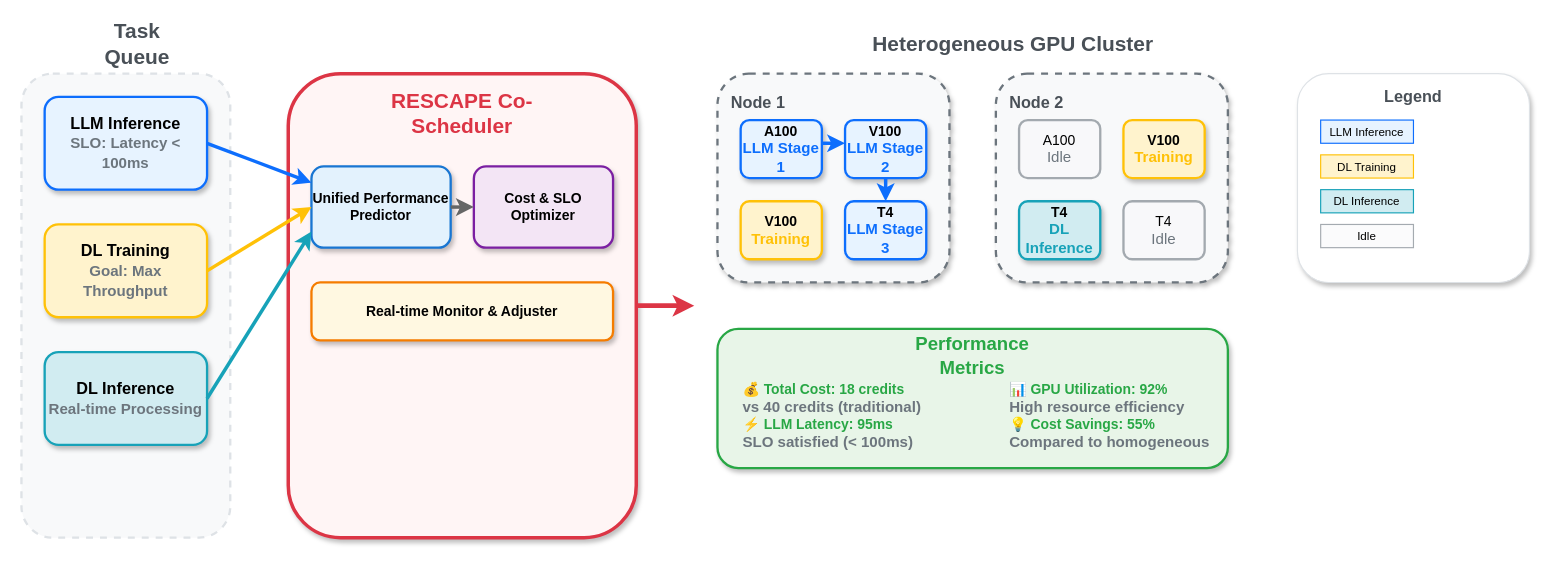
This is drawio_figs/buaa_proposal/研究技术路线1.4.drawio from Jinghao-coding/paperstudy, a draw.io file, before an edit. Source tidied: cells renumbered, new cells numbered last; positions are measured from the earlier drawing's top-left corner, leaving out a move shared by most shapes. Both pictures are drawn from the tidied source at 116%, with x=0, y=0 at pixel (21, 27).
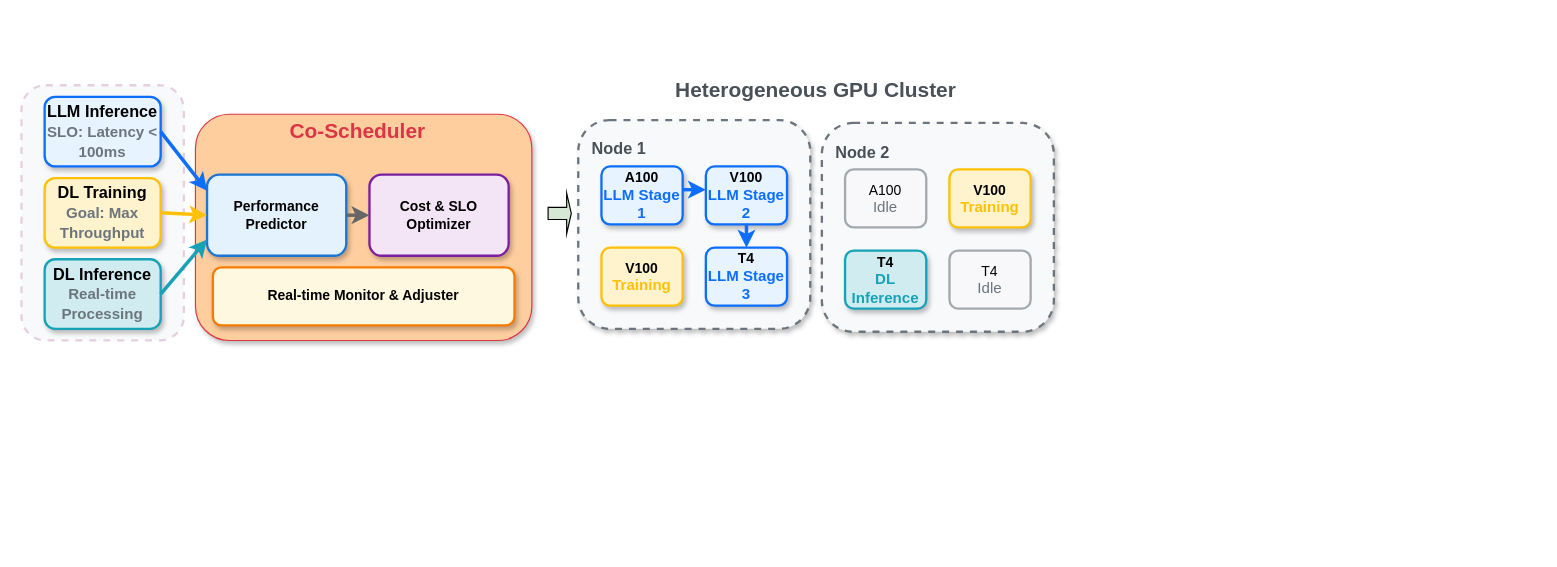
The same diagram, later.

Commit message:
更新研究技术路线1.4.drawio

Change to the diagram source:
```diff
@@
-    <mxCell id="2" style="rounded=1;whiteSpace=wrap;html=1;fillColor=#f8f9fa;strokeColor=#dee2e6;strokeWidth=2;dashed=1;" parent="1" vertex="1">
-      <mxGeometry y="40" width="180" height="400" as="geometry" />
+    <mxCell id="2" style="rounded=1;whiteSpace=wrap;html=1;fillColor=#f8f9fa;strokeColor=#E6D0DE;strokeWidth=2;dashed=1;" parent="1" vertex="1">
+      <mxGeometry y="50" width="140" height="220" as="geometry" />
     </mxCell>
-    <mxCell id="3" value="Task Queue" style="text;html=1;strokeColor=none;fillColor=none;align=center;verticalAlign=middle;whiteSpace=wrap;rounded=0;fontSize=18;fontStyle=1;fontColor=#495057;" parent="1" vertex="1">
-      <mxGeometry x="50" width="100" height="30" as="geometry" />
-    </mxCell>
     <mxCell id="4" value="LLM Inference&lt;br&gt;&lt;font size=&quot;2&quot; color=&quot;#6c757d&quot;&gt;SLO: Latency &lt; 100ms&lt;/font&gt;" style="rounded=1;whiteSpace=wrap;html=1;fillColor=#e7f3ff;strokeColor=#0d6efd;strokeWidth=2;fontSize=14;fontStyle=1;shadow=1;" parent="1" vertex="1">
-      <mxGeometry x="20" y="60" width="140" height="80" as="geometry" />
+      <mxGeometry x="20" y="60" width="100" height="60" as="geometry" />
     </mxCell>
     <mxCell id="5" value="DL Training&lt;br&gt;&lt;font size=&quot;2&quot; color=&quot;#6c757d&quot;&gt;Goal: Max Throughput&lt;/font&gt;" style="rounded=1;whiteSpace=wrap;html=1;fillColor=#fff3cd;strokeColor=#ffc107;strokeWidth=2;fontSize=14;fontStyle=1;shadow=1;" parent="1" vertex="1">
-      <mxGeometry x="20" y="170" width="140" height="80" as="geometry" />
+      <mxGeometry x="20" y="130" width="100" height="60" as="geometry" />
     </mxCell>
     <mxCell id="6" value="DL Inference&lt;br&gt;&lt;font size=&quot;2&quot; color=&quot;#6c757d&quot;&gt;Real-time Processing&lt;/font&gt;" style="rounded=1;whiteSpace=wrap;html=1;fillColor=#d1ecf1;strokeColor=#17a2b8;strokeWidth=2;fontSize=14;fontStyle=1;shadow=1;" parent="1" vertex="1">
-      <mxGeometry x="20" y="280" width="140" height="80" as="geometry" />
+      <mxGeometry x="20" y="200" width="100" height="60" as="geometry" />
     </mxCell>
-    <mxCell id="7" style="rounded=1;whiteSpace=wrap;html=1;fillColor=#fff5f5;strokeColor=#dc3545;strokeWidth=3;shadow=1;" parent="1" vertex="1">
-      <mxGeometry x="230" y="40" width="300" height="400" as="geometry" />
+    <mxCell id="7" style="rounded=1;whiteSpace=wrap;html=1;fillColor=#FFCE9F;strokeColor=#dc3545;strokeWidth=1;shadow=1;" parent="1" vertex="1">
+      <mxGeometry x="150" y="75" width="290" height="195" as="geometry" />
     </mxCell>
-    <mxCell id="8" value="RESCAPE Co-Scheduler" style="text;html=1;strokeColor=none;fillColor=none;align=center;verticalAlign=middle;whiteSpace=wrap;rounded=0;fontSize=18;fontStyle=1;fontColor=#dc3545;" parent="1" vertex="1">
-      <mxGeometry x="300" y="60" width="160" height="30" as="geometry" />
+    <mxCell id="8" value="Co-Scheduler" style="text;html=1;strokeColor=none;fillColor=none;align=center;verticalAlign=middle;whiteSpace=wrap;rounded=0;fontSize=18;fontStyle=1;fontColor=#dc3545;" parent="1" vertex="1">
+      <mxGeometry x="210" y="82" width="160" height="15" as="geometry" />
     </mxCell>
-    <mxCell id="9" value="Unified Performance&lt;br&gt;Predictor" style="rounded=1;whiteSpace=wrap;html=1;fillColor=#e3f2fd;strokeColor=#1976d2;strokeWidth=2;fontSize=12;fontStyle=1;shadow=1;" parent="1" vertex="1">
-      <mxGeometry x="250" y="120" width="120" height="70" as="geometry" />
+    <mxCell id="9" value="Performance&lt;br&gt;Predictor" style="rounded=1;whiteSpace=wrap;html=1;fillColor=#e3f2fd;strokeColor=#1976d2;strokeWidth=2;fontSize=12;fontStyle=1;shadow=1;" parent="1" vertex="1">
+      <mxGeometry x="160" y="127" width="120" height="70" as="geometry" />
     </mxCell>
     <mxCell id="10" value="Cost &amp; SLO&lt;br&gt;Optimizer" style="rounded=1;whiteSpace=wrap;html=1;fillColor=#f3e5f5;strokeColor=#7b1fa2;strokeWidth=2;fontSize=12;fontStyle=1;shadow=1;" parent="1" vertex="1">
-      <mxGeometry x="390" y="120" width="120" height="70" as="geometry" />
+      <mxGeometry x="300" y="127" width="120" height="70" as="geometry" />
     </mxCell>
     <mxCell id="11" value="Real-time Monitor &amp; Adjuster" style="rounded=1;whiteSpace=wrap;html=1;fillColor=#fff8e1;strokeColor=#f57c00;strokeWidth=2;fontSize=12;fontStyle=1;shadow=1;" parent="1" vertex="1">
-      <mxGeometry x="250" y="220" width="260" height="50" as="geometry" />
+      <mxGeometry x="165" y="207" width="260" height="50" as="geometry" />
     </mxCell>
@@
     <mxCell id="16" value="Heterogeneous GPU Cluster" style="text;html=1;strokeColor=none;fillColor=none;align=center;verticalAlign=middle;whiteSpace=wrap;rounded=0;fontSize=18;fontStyle=1;fontColor=#495057;" parent="1" vertex="1">
-      <mxGeometry x="730" width="250" height="30" as="geometry" />
+      <mxGeometry x="560" y="40" width="250" height="30" as="geometry" />
     </mxCell>
     <mxCell id="17" style="rounded=1;whiteSpace=wrap;html=1;fillColor=#f8f9fa;strokeColor=#6c757d;strokeWidth=2;dashed=1;shadow=1;" parent="1" vertex="1">
-      <mxGeometry x="600" y="40" width="200" height="180" as="geometry" />
+      <mxGeometry x="480" y="80" width="200" height="180" as="geometry" />
     </mxCell>
     <mxCell id="18" value="Node 1" style="text;html=1;strokeColor=none;fillColor=none;align=left;verticalAlign=top;whiteSpace=wrap;rounded=0;fontSize=14;fontStyle=1;fontColor=#495057;" parent="1" vertex="1">
-      <mxGeometry x="610" y="50" width="60" height="20" as="geometry" />
+      <mxGeometry x="490" y="90" width="60" height="20" as="geometry" />
     </mxCell>
     <mxCell id="19" value="A100&lt;br&gt;&lt;font size=&quot;2&quot; color=&quot;#0d6efd&quot;&gt;LLM Stage 1&lt;/font&gt;" style="rounded=1;whiteSpace=wrap;html=1;fillColor=#e7f3ff;strokeColor=#0d6efd;fontSize=12;fontStyle=1;strokeWidth=2;shadow=1;" parent="1" vertex="1">
-      <mxGeometry x="620" y="80" width="70" height="50" as="geometry" />
+      <mxGeometry x="500" y="120" width="70" height="50" as="geometry" />
     </mxCell>
     <mxCell id="20" value="V100&lt;br&gt;&lt;font size=&quot;2&quot; color=&quot;#0d6efd&quot;&gt;LLM Stage 2&lt;/font&gt;" style="rounded=1;whiteSpace=wrap;html=1;fillColor=#e7f3ff;strokeColor=#0d6efd;fontSize=12;fontStyle=1;strokeWidth=2;shadow=1;" parent="1" vertex="1">
-      <mxGeometry x="710" y="80" width="70" height="50" as="geometry" />
+      <mxGeometry x="590" y="120" width="70" height="50" as="geometry" />
     </mxCell>
     <mxCell id="21" value="V100&lt;br&gt;&lt;font size=&quot;2&quot; color=&quot;#ffc107&quot;&gt;Training&lt;/font&gt;" style="rounded=1;whiteSpace=wrap;html=1;fillColor=#fff3cd;strokeColor=#ffc107;fontSize=12;fontStyle=1;strokeWidth=2;shadow=1;" parent="1" vertex="1">
-      <mxGeometry x="620" y="150" width="70" height="50" as="geometry" />
+      <mxGeometry x="500" y="190" width="70" height="50" as="geometry" />
     </mxCell>
     <mxCell id="22" value="T4&lt;br&gt;&lt;font size=&quot;2&quot; color=&quot;#0d6efd&quot;&gt;LLM Stage 3&lt;/font&gt;" style="rounded=1;whiteSpace=wrap;html=1;fillColor=#e7f3ff;strokeColor=#0d6efd;fontSize=12;fontStyle=1;strokeWidth=2;shadow=1;" parent="1" vertex="1">
-      <mxGeometry x="710" y="150" width="70" height="50" as="geometry" />
+      <mxGeometry x="590" y="190" width="70" height="50" as="geometry" />
     </mxCell>
     <mxCell id="23" style="rounded=1;whiteSpace=wrap;html=1;fillColor=#f8f9fa;strokeColor=#6c757d;strokeWidth=2;dashed=1;shadow=1;" parent="1" vertex="1">
-      <mxGeometry x="840" y="40" width="200" height="180" as="geometry" />
+      <mxGeometry x="690" y="82.5" width="200" height="180" as="geometry" />
     </mxCell>
     <mxCell id="24" value="Node 2" style="text;html=1;strokeColor=none;fillColor=none;align=left;verticalAlign=top;whiteSpace=wrap;rounded=0;fontSize=14;fontStyle=1;fontColor=#495057;" parent="1" vertex="1">
-      <mxGeometry x="850" y="50" width="60" height="20" as="geometry" />
+      <mxGeometry x="700" y="92.5" width="60" height="20" as="geometry" />
     </mxCell>
     <mxCell id="25" value="A100&lt;br&gt;&lt;font size=&quot;2&quot; color=&quot;#6c757d&quot;&gt;Idle&lt;/font&gt;" style="rounded=1;whiteSpace=wrap;html=1;fillColor=#f8f9fa;strokeColor=#6c757d;fontSize=12;fontStyle=0;strokeWidth=2;opacity=60;" parent="1" vertex="1">
-      <mxGeometry x="860" y="80" width="70" height="50" as="geometry" />
+      <mxGeometry x="710" y="122.5" width="70" height="50" as="geometry" />
     </mxCell>
     <mxCell id="26" value="V100&lt;br&gt;&lt;font size=&quot;2&quot; color=&quot;#ffc107&quot;&gt;Training&lt;/font&gt;" style="rounded=1;whiteSpace=wrap;html=1;fillColor=#fff3cd;strokeColor=#ffc107;fontSize=12;fontStyle=1;strokeWidth=2;shadow=1;" parent="1" vertex="1">
-      <mxGeometry x="950" y="80" width="70" height="50" as="geometry" />
+      <mxGeometry x="800" y="122.5" width="70" height="50" as="geometry" />
     </mxCell>
     <mxCell id="27" value="T4&lt;br&gt;&lt;font size=&quot;2&quot; color=&quot;#17a2b8&quot;&gt;DL Inference&lt;/font&gt;" style="rounded=1;whiteSpace=wrap;html=1;fillColor=#d1ecf1;strokeColor=#17a2b8;fontSize=12;fontStyle=1;strokeWidth=2;shadow=1;" parent="1" vertex="1">
-      <mxGeometry x="860" y="150" width="70" height="50" as="geometry" />
+      <mxGeometry x="710" y="192.5" width="70" height="50" as="geometry" />
     </mxCell>
     <mxCell id="28" value="T4&lt;br&gt;&lt;font size=&quot;2&quot; color=&quot;#6c757d&quot;&gt;Idle&lt;/font&gt;" style="rounded=1;whiteSpace=wrap;html=1;fillColor=#f8f9fa;strokeColor=#6c757d;fontSize=12;fontStyle=0;strokeWidth=2;opacity=60;" parent="1" vertex="1">
-      <mxGeometry x="950" y="150" width="70" height="50" as="geometry" />
+      <mxGeometry x="800" y="192.5" width="70" height="50" as="geometry" />
     </mxCell>
     <mxCell id="29" style="endArrow=classic;html=1;rounded=0;strokeWidth=3;strokeColor=#0d6efd;curved=1;" parent="1" edge="1">
       <mxGeometry relative="1" as="geometry">
-        <mxPoint x="690" y="100" as="sourcePoint" />
-        <mxPoint x="710" y="100" as="targetPoint" />
+        <mxPoint x="570" y="140" as="sourcePoint" />
+        <mxPoint x="590" y="140" as="targetPoint" />
       </mxGeometry>
     </mxCell>
     <mxCell id="30" style="endArrow=classic;html=1;rounded=0;strokeWidth=3;strokeColor=#0d6efd;curved=1;" parent="1" edge="1">
       <mxGeometry relative="1" as="geometry">
-        <mxPoint x="745" y="130" as="sourcePoint" />
-        <mxPoint x="745" y="150" as="targetPoint" />
+        <mxPoint x="625" y="170" as="sourcePoint" />
+        <mxPoint x="625" y="190" as="targetPoint" />
       </mxGeometry>
     </mxCell>
-    <mxCell id="31" style="endArrow=classic;html=1;rounded=0;exitX=1;exitY=0.5;exitDx=0;exitDy=0;strokeWidth=4;strokeColor=#dc3545;" parent="1" edge="1" source="7">
-      <mxGeometry relative="1" as="geometry">
-        <mxPoint x="580" y="240" as="targetPoint" />
-      </mxGeometry>
-    </mxCell>
-    <mxCell id="32" style="rounded=1;whiteSpace=wrap;html=1;fillColor=#e8f5e8;strokeColor=#28a745;strokeWidth=2;shadow=1;" parent="1" vertex="1">
-      <mxGeometry x="600" y="260" width="440" height="120" as="geometry" />
-    </mxCell>
-    <mxCell id="33" value="Performance Metrics" style="text;html=1;strokeColor=none;fillColor=none;align=center;verticalAlign=middle;whiteSpace=wrap;rounded=0;fontSize=16;fontStyle=1;fontColor=#28a745;" parent="1" vertex="1">
-      <mxGeometry x="760" y="270" width="120" height="25" as="geometry" />
-    </mxCell>
-    <mxCell id="34" value="💰 Total Cost: 18 credits&lt;br&gt;&lt;font size=&quot;2&quot; color=&quot;#6c757d&quot;&gt;vs 40 credits (traditional)&lt;/font&gt;" style="text;html=1;strokeColor=none;fillColor=none;align=left;verticalAlign=middle;whiteSpace=wrap;rounded=0;fontSize=12;fontStyle=1;fontColor=#28a745;" parent="1" vertex="1">
-      <mxGeometry x="620" y="305" width="180" height="30" as="geometry" />
-    </mxCell>
-    <mxCell id="35" value="⚡ LLM Latency: 95ms&lt;br&gt;&lt;font size=&quot;2&quot; color=&quot;#6c757d&quot;&gt;SLO satisfied (&lt; 100ms)&lt;/font&gt;" style="text;html=1;strokeColor=none;fillColor=none;align=left;verticalAlign=middle;whiteSpace=wrap;rounded=0;fontSize=12;fontStyle=1;fontColor=#28a745;" parent="1" vertex="1">
-      <mxGeometry x="620" y="335" width="180" height="30" as="geometry" />
-    </mxCell>
-    <mxCell id="36" value="📊 GPU Utilization: 92%&lt;br&gt;&lt;font size=&quot;2&quot; color=&quot;#6c757d&quot;&gt;High resource efficiency&lt;/font&gt;" style="text;html=1;strokeColor=none;fillColor=none;align=left;verticalAlign=middle;whiteSpace=wrap;rounded=0;fontSize=12;fontStyle=1;fontColor=#28a745;" parent="1" vertex="1">
-      <mxGeometry x="850" y="305" width="180" height="30" as="geometry" />
-    </mxCell>
-    <mxCell id="37" value="💡 Cost Savings: 55%&lt;br&gt;&lt;font size=&quot;2&quot; color=&quot;#6c757d&quot;&gt;Compared to homogeneous&lt;/font&gt;" style="text;html=1;strokeColor=none;fillColor=none;align=left;verticalAlign=middle;whiteSpace=wrap;rounded=0;fontSize=12;fontStyle=1;fontColor=#28a745;" parent="1" vertex="1">
-      <mxGeometry x="850" y="335" width="180" height="30" as="geometry" />
-    </mxCell>
-    <mxCell id="38" style="rounded=1;whiteSpace=wrap;html=1;fillColor=#ffffff;strokeColor=#dee2e6;strokeWidth=1;shadow=1;" parent="1" vertex="1">
-      <mxGeometry x="1100" y="40" width="200" height="180" as="geometry" />
-    </mxCell>
-    <mxCell id="39" value="Legend" style="text;html=1;strokeColor=none;fillColor=none;align=center;verticalAlign=middle;whiteSpace=wrap;rounded=0;fontSize=14;fontStyle=1;fontColor=#495057;" parent="1" vertex="1">
-      <mxGeometry x="1170" y="50" width="60" height="20" as="geometry" />
-    </mxCell>
-    <mxCell id="40" value="LLM Inference" style="rounded=0;whiteSpace=wrap;html=1;fillColor=#e7f3ff;strokeColor=#0d6efd;fontSize=10;strokeWidth=1;" parent="1" vertex="1">
-      <mxGeometry x="1120" y="80" width="80" height="20" as="geometry" />
-    </mxCell>
-    <mxCell id="41" value="DL Training" style="rounded=0;whiteSpace=wrap;html=1;fillColor=#fff3cd;strokeColor=#ffc107;fontSize=10;strokeWidth=1;" parent="1" vertex="1">
-      <mxGeometry x="1120" y="110" width="80" height="20" as="geometry" />
-    </mxCell>
-    <mxCell id="42" value="DL Inference" style="rounded=0;whiteSpace=wrap;html=1;fillColor=#d1ecf1;strokeColor=#17a2b8;fontSize=10;strokeWidth=1;" parent="1" vertex="1">
-      <mxGeometry x="1120" y="140" width="80" height="20" as="geometry" />
-    </mxCell>
-    <mxCell id="43" value="Idle" style="rounded=0;whiteSpace=wrap;html=1;fillColor=#f8f9fa;strokeColor=#6c757d;fontSize=10;strokeWidth=1;opacity=60;" parent="1" vertex="1">
-      <mxGeometry x="1120" y="170" width="80" height="20" as="geometry" />
-    </mxCell>
+    <mxCell id="44" style="shape=singleArrow;whiteSpace=wrap;html=1;fillColor=#D5E8D4;" parent="1" vertex="1">
+      <mxGeometry x="454" y="143" width="20" height="35" as="geometry" />
+    </mxCell>
```
